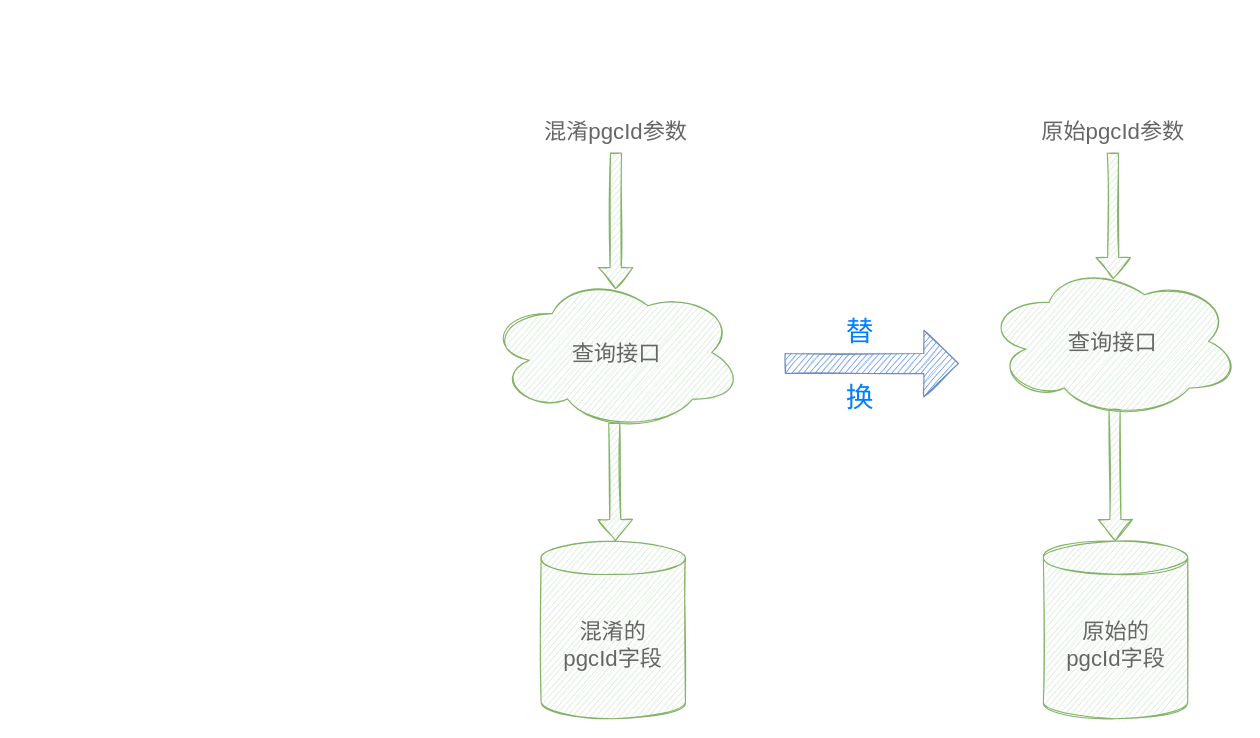
Before: pictures/pgcId参数替换.drawio in dimdark/my-drawio, a draw.io diagram. Source tidied: cells renumbered, new cells numbered last; positions are measured from the earlier drawing's top-left corner, leaving out a move shared by most shapes. Both pictures are drawn from the tidied source at 111%, with x=0, y=0 at pixel (487, 108).
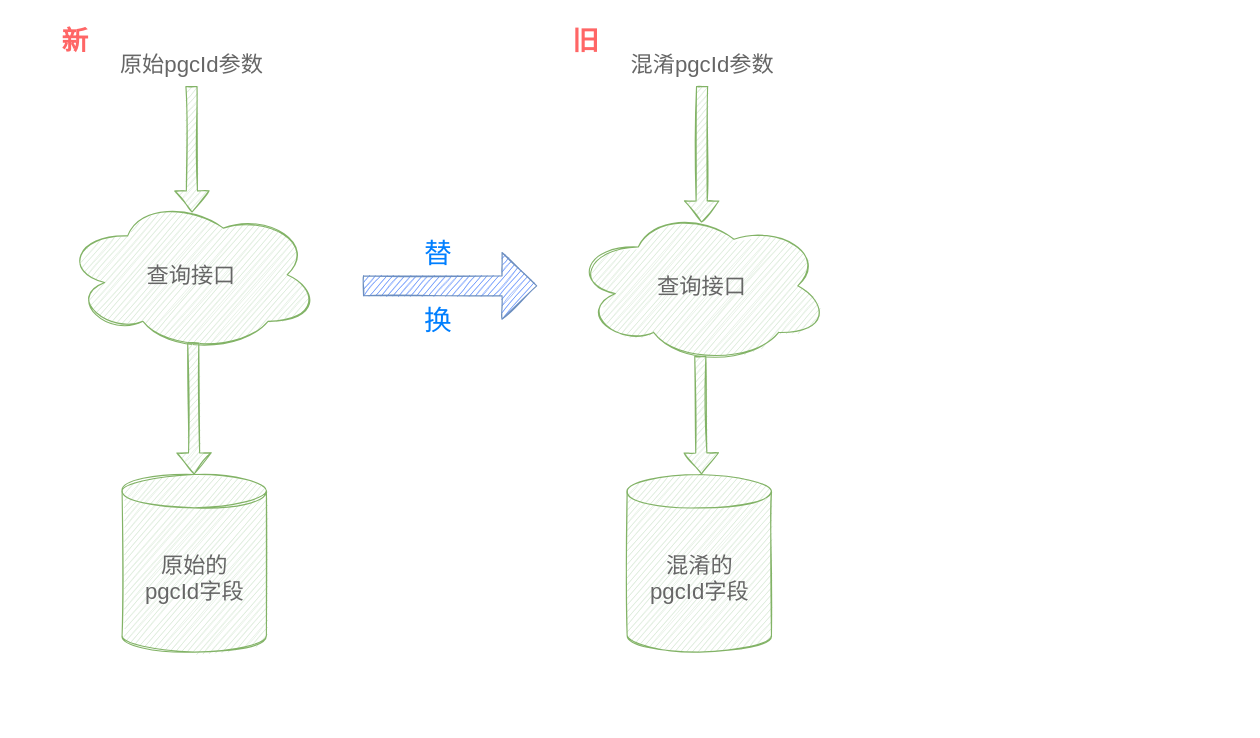
The same page after the edit.

Commit message (it also covers changes not shown here):
更新pgcId参数替换.drawio

Diff of the diagram source:
```diff
@@
 <mxGraphModel>
   <root>
     <mxCell id="0" />
     <mxCell id="1" parent="0" />
     <mxCell id="2" value="&lt;font color=&quot;#666666&quot;&gt;查询接口&lt;/font&gt;" style="ellipse;shape=cloud;whiteSpace=wrap;html=1;fontSize=20;fillColor=#d5e8d4;strokeColor=#82b366;sketch=1;" parent="1" vertex="1">
-      <mxGeometry x="0.5" y="150" width="230" height="140" as="geometry" />
+      <mxGeometry x="78" y="90" width="230" height="140" as="geometry" />
     </mxCell>
     <mxCell id="3" value="&lt;font color=&quot;#666666&quot; style=&quot;font-size: 20px;&quot;&gt;混淆的&lt;br&gt;pgcId字段&lt;/font&gt;" style="shape=cylinder3;whiteSpace=wrap;html=1;boundedLbl=1;backgroundOutline=1;size=15;fillColor=#d5e8d4;strokeColor=#82b366;sketch=1;" parent="1" vertex="1">
-      <mxGeometry x="48" y="390" width="130" height="160" as="geometry" />
+      <mxGeometry x="125.5" y="330" width="130" height="160" as="geometry" />
     </mxCell>
     <mxCell id="4" value="&lt;font color=&quot;#666666&quot;&gt;原始的&lt;br&gt;pgcId字段&lt;/font&gt;" style="shape=cylinder3;whiteSpace=wrap;html=1;boundedLbl=1;backgroundOutline=1;size=15;sketch=1;fillColor=#d5e8d4;strokeColor=#82b366;fontSize=20;" parent="1" vertex="1">
-      <mxGeometry x="500.5" y="390" width="130" height="160" as="geometry" />
+      <mxGeometry x="-329.5" y="330" width="130" height="160" as="geometry" />
     </mxCell>
     <mxCell id="5" value="&lt;font color=&quot;#666666&quot;&gt;查询接口&lt;/font&gt;" style="ellipse;shape=cloud;whiteSpace=wrap;html=1;fontSize=20;sketch=1;fillColor=#d5e8d4;strokeColor=#82b366;" parent="1" vertex="1">
-      <mxGeometry x="448" y="140" width="230" height="140" as="geometry" />
+      <mxGeometry x="-382" y="80" width="230" height="140" as="geometry" />
     </mxCell>
     <mxCell id="6" style="shape=flexArrow;endArrow=classic;html=1;rounded=0;exitX=0.5;exitY=1;exitDx=0;exitDy=0;fillColor=#d5e8d4;strokeColor=#82b366;sketch=1;entryX=0.498;entryY=0.093;entryDx=0;entryDy=0;entryPerimeter=0;" parent="1" edge="1" source="7" target="2">
       <mxGeometry relative="1" as="geometry" />
     </mxCell>
     <mxCell id="7" value="混淆pgcId参数" style="text;html=1;strokeColor=none;fillColor=none;align=center;verticalAlign=middle;whiteSpace=wrap;rounded=0;fontSize=20;sketch=1;fontColor=#666666;" parent="1" vertex="1">
-      <mxGeometry x="48" width="135" height="40" as="geometry" />
+      <mxGeometry x="125.5" y="-60" width="135" height="40" as="geometry" />
     </mxCell>
     <mxCell id="8" style="shape=flexArrow;endArrow=classic;html=1;rounded=0;exitX=0.5;exitY=1;exitDx=0;exitDy=0;fillColor=#d5e8d4;strokeColor=#82b366;sketch=1;entryX=0.502;entryY=0.1;entryDx=0;entryDy=0;entryPerimeter=0;" parent="1" edge="1" source="9" target="5">
       <mxGeometry relative="1" as="geometry" />
     </mxCell>
     <mxCell id="9" value="原始pgcId参数" style="text;html=1;strokeColor=none;fillColor=none;align=center;verticalAlign=middle;whiteSpace=wrap;rounded=0;fontSize=20;sketch=1;fontColor=#666666;" parent="1" vertex="1">
-      <mxGeometry x="495.5" width="135" height="40" as="geometry" />
+      <mxGeometry x="-334.5" y="-60" width="135" height="40" as="geometry" />
     </mxCell>
     <mxCell id="10" style="shape=flexArrow;endArrow=classic;html=1;rounded=0;fillColor=#d5e8d4;strokeColor=#82b366;sketch=1;exitX=0.507;exitY=0.936;exitDx=0;exitDy=0;exitPerimeter=0;" parent="1" edge="1" source="5">
       <mxGeometry relative="1" as="geometry">
-        <mxPoint x="565.5" y="390" as="targetPoint" />
+        <mxPoint x="-264.5" y="330" as="targetPoint" />
       </mxGeometry>
     </mxCell>
     <mxCell id="11" style="shape=flexArrow;endArrow=classic;html=1;rounded=0;fillColor=#d5e8d4;strokeColor=#82b366;sketch=1;exitX=0.493;exitY=0.95;exitDx=0;exitDy=0;exitPerimeter=0;" parent="1" edge="1" source="2">
       <mxGeometry relative="1" as="geometry">
-        <mxPoint x="115" y="390" as="targetPoint" />
+        <mxPoint x="192.5" y="330" as="targetPoint" />
       </mxGeometry>
     </mxCell>
     <mxCell id="12" style="shape=singleArrow;whiteSpace=wrap;html=1;sketch=1;fontSize=20;fillColor=#5386FC;strokeColor=#6c8ebf;" parent="1" vertex="1">
-      <mxGeometry x="268" y="200" width="156" height="60" as="geometry" />
+      <mxGeometry x="-112" y="130" width="156" height="60" as="geometry" />
     </mxCell>
     <mxCell id="13" value="替" style="text;html=1;strokeColor=none;fillColor=none;align=center;verticalAlign=middle;whiteSpace=wrap;rounded=0;fontSize=25;sketch=1;fontColor=#007FFF;" parent="1" vertex="1">
-      <mxGeometry x="268" y="180" width="135" height="40" as="geometry" />
+      <mxGeometry x="-112" y="110" width="135" height="40" as="geometry" />
     </mxCell>
     <mxCell id="14" value="换" style="text;html=1;strokeColor=none;fillColor=none;align=center;verticalAlign=middle;whiteSpace=wrap;rounded=0;fontSize=25;sketch=1;fontColor=#007FFF;" parent="1" vertex="1">
-      <mxGeometry x="268" y="240" width="135" height="40" as="geometry" />
+      <mxGeometry x="-112" y="170" width="135" height="40" as="geometry" />
     </mxCell>
+    <mxCell id="15" value="旧" style="text;strokeColor=none;fillColor=none;html=1;fontSize=24;fontStyle=1;verticalAlign=middle;align=center;sketch=1;fontColor=#FF6666;" parent="1" vertex="1">
+      <mxGeometry x="38" y="-80" width="100" height="40" as="geometry" />
+    </mxCell>
+    <mxCell id="16" value="新" style="text;strokeColor=none;fillColor=none;html=1;fontSize=24;fontStyle=1;verticalAlign=middle;align=center;sketch=1;fontColor=#FF6666;" parent="1" vertex="1">
+      <mxGeometry x="-422" y="-80" width="100" height="40" as="geometry" />
+    </mxCell>
   </root>
 </mxGraphModel>
```
